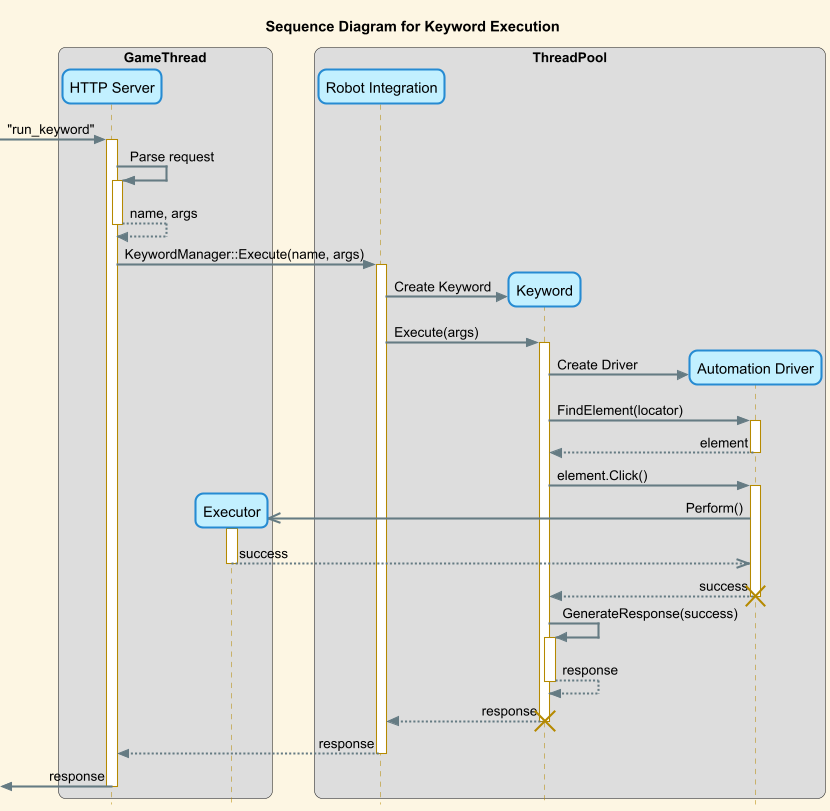
Above: Docs/Diagrams/KeywordExecution.png in jwindgassen/robotframework-unreal (PlantUML), before the change. The source it was exported from:
```plantuml
@startuml

!theme sunlust
skinparam style strictuml
autoactivate on

title "Sequence Diagram for Keyword Execution"

box GameThread
    participant "HTTP Server" as HTTP
    participant Executor
end box

box ThreadPool
    participant "Robot Integration" as Robot
    participant Keyword
    participant "Automation Driver" as Driver
end box

[-> HTTP : "run_keyword"
HTTP -> HTTP : Parse request
return name, args
HTTP -> Robot : KeywordManager::Execute(name, args)
Robot -> Keyword ** : Create Keyword
Robot -> Keyword : Execute(args)

Keyword -> Driver ** : Create Driver
Keyword -> Driver : FindElement(locator)
return element

Keyword -> Driver : element.Click()
Driver ->> Executor ** <<schedule>>: Perform()
activate Executor
return success
return success
destroy Driver

Keyword -> Keyword : GenerateResponse(success)
return response
return response
destroy Keyword

return response
[<- HTTP -- : response

@enduml
```
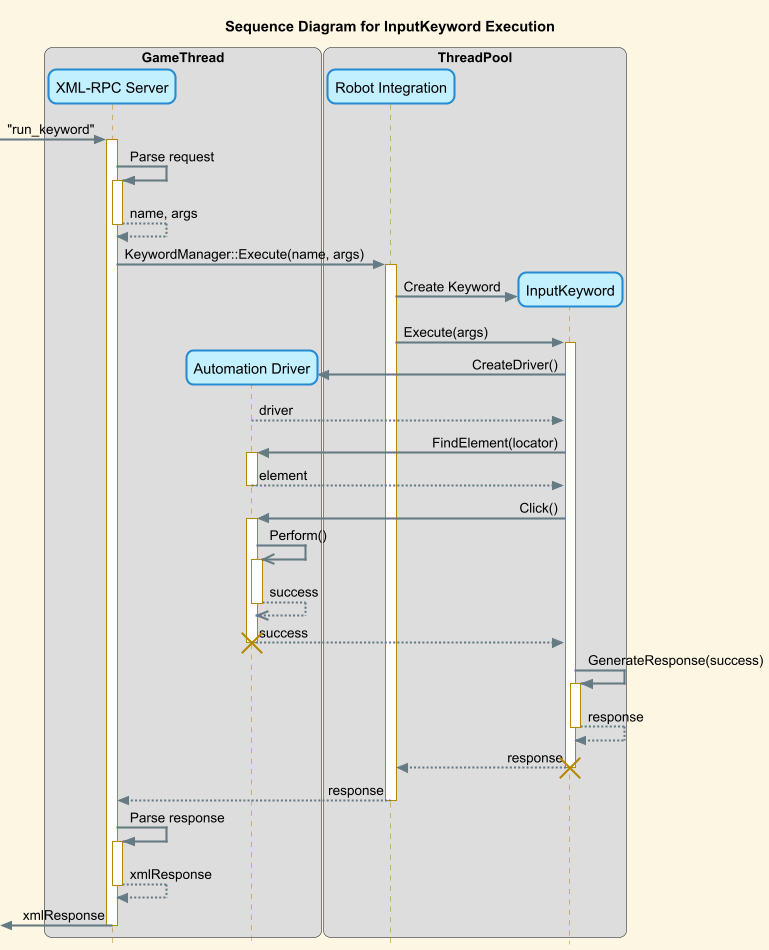
After the change.

The edit, as a diff of the source:
```diff
@@ -4,17 +4,16 @@
 skinparam style strictuml
 autoactivate on
 
-title "Sequence Diagram for Keyword Execution"
+title "Sequence Diagram for InputKeyword Execution"
 
 box GameThread
-    participant "HTTP Server" as HTTP
-    participant Executor
+    participant "XML-RPC Server" as HTTP
+    participant "Automation Driver" as Driver
 end box
 
 box ThreadPool
     participant "Robot Integration" as Robot
-    participant Keyword
-    participant "Automation Driver" as Driver
+    participant "InputKeyword" as Keyword
 end box
 
 [-> HTTP : "run_keyword"
@@ -24,23 +23,25 @@
 Robot -> Keyword ** : Create Keyword
 Robot -> Keyword : Execute(args)
 
-Keyword -> Driver ** : Create Driver
+Keyword -> Driver ** : CreateDriver()
+Driver --> Keyword : driver
 Keyword -> Driver : FindElement(locator)
 return element
 
-Keyword -> Driver : element.Click()
-Driver ->> Executor ** <<schedule>>: Perform()
-activate Executor
+Keyword -> Driver : Click()
+Driver ->> Driver : Perform()
 return success
 return success
 destroy Driver
 
 Keyword -> Keyword : GenerateResponse(success)
 return response
-return response
+Keyword --> Robot : response
 destroy Keyword
+Robot --> HTTP : response
 
-return response
-[<- HTTP -- : response
+HTTP -> HTTP : Parse response
+return xmlResponse
+[<- HTTP -- : xmlResponse
 
 @enduml
```
